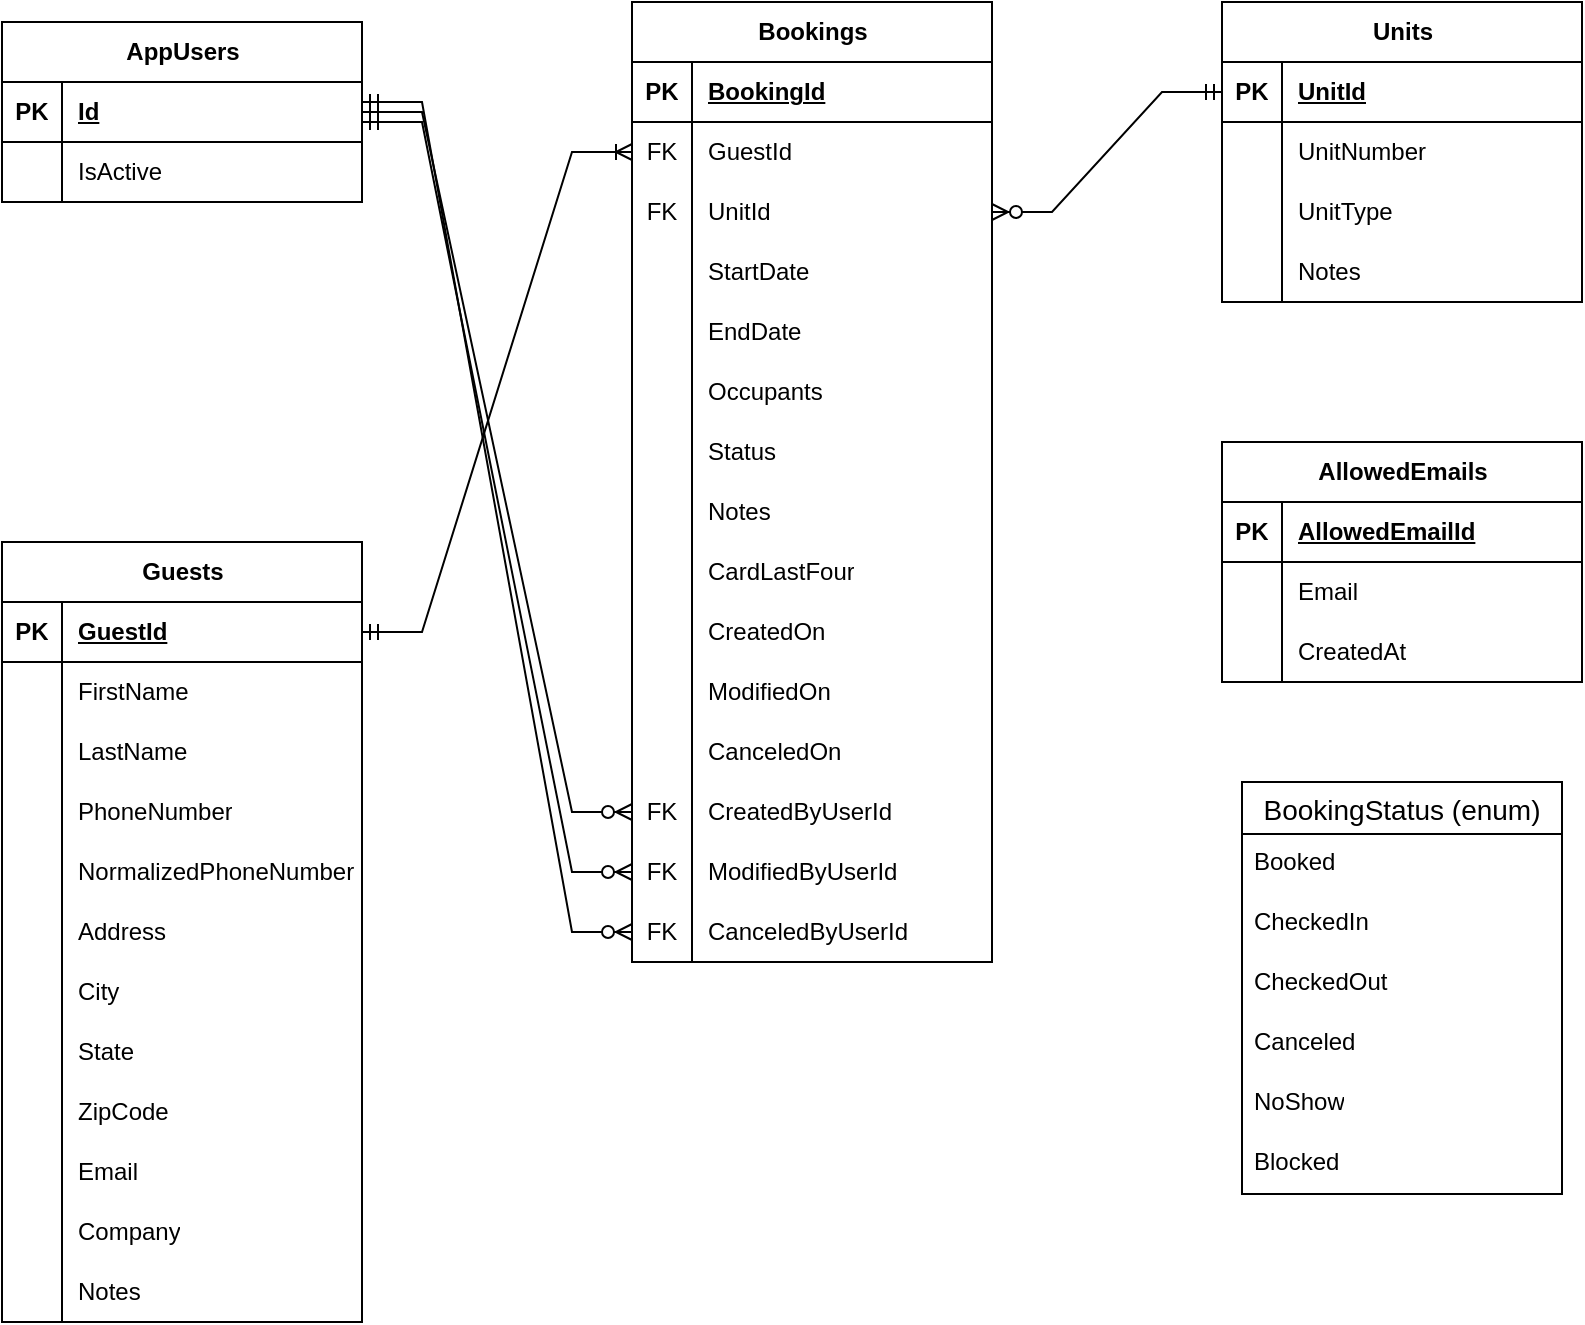
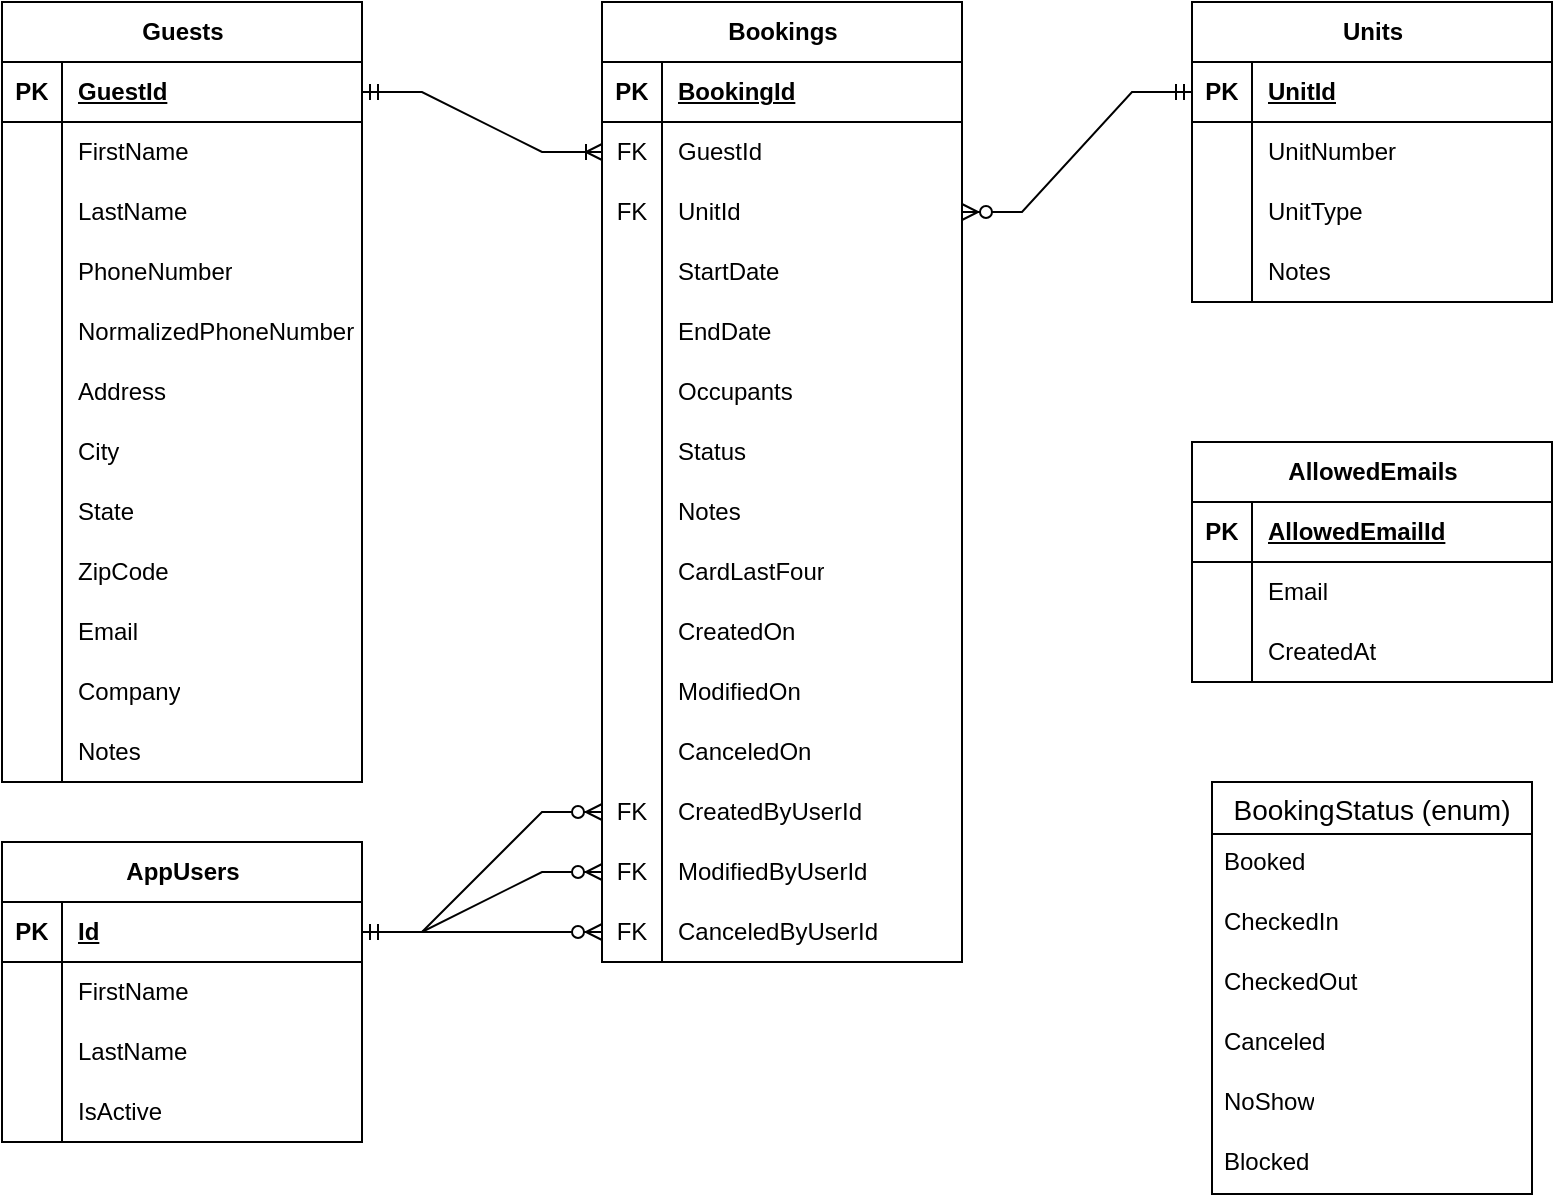
<mxfile host="app.diagrams.net">
  <diagram name="Page-1" id="SxFg3kwfc6ce7zEz6iWB">
    <mxGraphModel dx="1094" dy="1138" grid="1" gridSize="10" guides="1" tooltips="1" connect="1" arrows="1" fold="1" page="1" pageScale="1" pageWidth="850" pageHeight="1100" math="0" shadow="0">
      <root>
        <mxCell id="0" />
        <mxCell id="1" parent="0" />
        <mxCell id="PKzOOX5o3Go3YDuORP6i-1" parent="1" style="shape=table;startSize=30;container=1;collapsible=1;childLayout=tableLayout;fixedRows=1;rowLines=0;fontStyle=1;align=center;resizeLast=1;html=1;" value="AppUsers" vertex="1">
-           <mxGeometry height="90" width="180" x="25" y="290" as="geometry" />
+           <mxGeometry height="150" width="180" x="40" y="700" as="geometry" />
        </mxCell>
        <mxCell id="PKzOOX5o3Go3YDuORP6i-2" parent="PKzOOX5o3Go3YDuORP6i-1" style="shape=tableRow;horizontal=0;startSize=0;swimlaneHead=0;swimlaneBody=0;fillColor=none;collapsible=0;dropTarget=0;points=[[0,0.5],[1,0.5]];portConstraint=eastwest;top=0;left=0;right=0;bottom=1;" value="" vertex="1">
          <mxGeometry height="30" width="180" y="30" as="geometry" />
        </mxCell>
        <mxCell id="PKzOOX5o3Go3YDuORP6i-3" parent="PKzOOX5o3Go3YDuORP6i-2" style="shape=partialRectangle;connectable=0;fillColor=none;top=0;left=0;bottom=0;right=0;fontStyle=1;overflow=hidden;whiteSpace=wrap;html=1;" value="PK" vertex="1">
          <mxGeometry height="30" width="30" as="geometry">
            <mxRectangle height="30" width="30" as="alternateBounds" />
          </mxGeometry>
        </mxCell>
        <mxCell id="PKzOOX5o3Go3YDuORP6i-4" parent="PKzOOX5o3Go3YDuORP6i-2" style="shape=partialRectangle;connectable=0;fillColor=none;top=0;left=0;bottom=0;right=0;align=left;spacingLeft=6;fontStyle=5;overflow=hidden;whiteSpace=wrap;html=1;" value="Id" vertex="1">
          <mxGeometry height="30" width="150" x="30" as="geometry">
            <mxRectangle height="30" width="150" as="alternateBounds" />
          </mxGeometry>
        </mxCell>
+         <mxCell id="9pxr7I5EYvGDTyk6zZ4G-1" parent="PKzOOX5o3Go3YDuORP6i-1" style="shape=tableRow;horizontal=0;startSize=0;swimlaneHead=0;swimlaneBody=0;fillColor=none;collapsible=0;dropTarget=0;points=[[0,0.5],[1,0.5]];portConstraint=eastwest;top=0;left=0;right=0;bottom=0;" vertex="1">
+           <mxGeometry height="30" width="180" y="60" as="geometry" />
+         </mxCell>
+         <mxCell id="9pxr7I5EYvGDTyk6zZ4G-2" parent="9pxr7I5EYvGDTyk6zZ4G-1" style="shape=partialRectangle;connectable=0;fillColor=none;top=0;left=0;bottom=0;right=0;editable=1;overflow=hidden;whiteSpace=wrap;html=1;" vertex="1">
+           <mxGeometry height="30" width="30" as="geometry">
+             <mxRectangle height="30" width="30" as="alternateBounds" />
+           </mxGeometry>
+         </mxCell>
+         <mxCell id="9pxr7I5EYvGDTyk6zZ4G-3" parent="9pxr7I5EYvGDTyk6zZ4G-1" style="shape=partialRectangle;connectable=0;fillColor=none;top=0;left=0;bottom=0;right=0;align=left;spacingLeft=6;overflow=hidden;whiteSpace=wrap;html=1;" value="FirstName" vertex="1">
+           <mxGeometry height="30" width="150" x="30" as="geometry">
+             <mxRectangle height="30" width="150" as="alternateBounds" />
+           </mxGeometry>
+         </mxCell>
+         <mxCell id="9pxr7I5EYvGDTyk6zZ4G-4" parent="PKzOOX5o3Go3YDuORP6i-1" style="shape=tableRow;horizontal=0;startSize=0;swimlaneHead=0;swimlaneBody=0;fillColor=none;collapsible=0;dropTarget=0;points=[[0,0.5],[1,0.5]];portConstraint=eastwest;top=0;left=0;right=0;bottom=0;" vertex="1">
+           <mxGeometry height="30" width="180" y="90" as="geometry" />
+         </mxCell>
+         <mxCell id="9pxr7I5EYvGDTyk6zZ4G-5" parent="9pxr7I5EYvGDTyk6zZ4G-4" style="shape=partialRectangle;connectable=0;fillColor=none;top=0;left=0;bottom=0;right=0;editable=1;overflow=hidden;whiteSpace=wrap;html=1;" vertex="1">
+           <mxGeometry height="30" width="30" as="geometry">
+             <mxRectangle height="30" width="30" as="alternateBounds" />
+           </mxGeometry>
+         </mxCell>
+         <mxCell id="9pxr7I5EYvGDTyk6zZ4G-6" parent="9pxr7I5EYvGDTyk6zZ4G-4" style="shape=partialRectangle;connectable=0;fillColor=none;top=0;left=0;bottom=0;right=0;align=left;spacingLeft=6;overflow=hidden;whiteSpace=wrap;html=1;" value="LastName" vertex="1">
+           <mxGeometry height="30" width="150" x="30" as="geometry">
+             <mxRectangle height="30" width="150" as="alternateBounds" />
+           </mxGeometry>
+         </mxCell>
        <mxCell id="PKzOOX5o3Go3YDuORP6i-5" parent="PKzOOX5o3Go3YDuORP6i-1" style="shape=tableRow;horizontal=0;startSize=0;swimlaneHead=0;swimlaneBody=0;fillColor=none;collapsible=0;dropTarget=0;points=[[0,0.5],[1,0.5]];portConstraint=eastwest;top=0;left=0;right=0;bottom=0;" value="" vertex="1">
-           <mxGeometry height="30" width="180" y="60" as="geometry" />
+           <mxGeometry height="30" width="180" y="120" as="geometry" />
        </mxCell>
        <mxCell id="PKzOOX5o3Go3YDuORP6i-6" parent="PKzOOX5o3Go3YDuORP6i-5" style="shape=partialRectangle;connectable=0;fillColor=none;top=0;left=0;bottom=0;right=0;editable=1;overflow=hidden;whiteSpace=wrap;html=1;" value="" vertex="1">
          <mxGeometry height="30" width="30" as="geometry">
            <mxRectangle height="30" width="30" as="alternateBounds" />
          </mxGeometry>
        </mxCell>
        <mxCell id="PKzOOX5o3Go3YDuORP6i-7" parent="PKzOOX5o3Go3YDuORP6i-5" style="shape=partialRectangle;connectable=0;fillColor=none;top=0;left=0;bottom=0;right=0;align=left;spacingLeft=6;overflow=hidden;whiteSpace=wrap;html=1;" value="IsActive" vertex="1">
          <mxGeometry height="30" width="150" x="30" as="geometry">
            <mxRectangle height="30" width="150" as="alternateBounds" />
          </mxGeometry>
        </mxCell>
        <mxCell id="PKzOOX5o3Go3YDuORP6i-14" parent="1" style="shape=table;startSize=30;container=1;collapsible=1;childLayout=tableLayout;fixedRows=1;rowLines=0;fontStyle=1;align=center;resizeLast=1;html=1;" value="Bookings" vertex="1">
          <mxGeometry height="480" width="180" x="340" y="280" as="geometry" />
        </mxCell>
        <mxCell id="PKzOOX5o3Go3YDuORP6i-15" parent="PKzOOX5o3Go3YDuORP6i-14" style="shape=tableRow;horizontal=0;startSize=0;swimlaneHead=0;swimlaneBody=0;fillColor=none;collapsible=0;dropTarget=0;points=[[0,0.5],[1,0.5]];portConstraint=eastwest;top=0;left=0;right=0;bottom=1;" value="" vertex="1">
          <mxGeometry height="30" width="180" y="30" as="geometry" />
        </mxCell>
        <mxCell id="PKzOOX5o3Go3YDuORP6i-16" parent="PKzOOX5o3Go3YDuORP6i-15" style="shape=partialRectangle;connectable=0;fillColor=none;top=0;left=0;bottom=0;right=0;fontStyle=1;overflow=hidden;whiteSpace=wrap;html=1;" value="PK" vertex="1">
          <mxGeometry height="30" width="30" as="geometry">
            <mxRectangle height="30" width="30" as="alternateBounds" />
          </mxGeometry>
        </mxCell>
        <mxCell id="PKzOOX5o3Go3YDuORP6i-17" parent="PKzOOX5o3Go3YDuORP6i-15" style="shape=partialRectangle;connectable=0;fillColor=none;top=0;left=0;bottom=0;right=0;align=left;spacingLeft=6;fontStyle=5;overflow=hidden;whiteSpace=wrap;html=1;" value="&lt;div&gt;BookingId&lt;/div&gt;" vertex="1">
          <mxGeometry height="30" width="150" x="30" as="geometry">
            <mxRectangle height="30" width="150" as="alternateBounds" />
          </mxGeometry>
        </mxCell>
        <mxCell id="PKzOOX5o3Go3YDuORP6i-18" parent="PKzOOX5o3Go3YDuORP6i-14" style="shape=tableRow;horizontal=0;startSize=0;swimlaneHead=0;swimlaneBody=0;fillColor=none;collapsible=0;dropTarget=0;points=[[0,0.5],[1,0.5]];portConstraint=eastwest;top=0;left=0;right=0;bottom=0;" value="" vertex="1">
          <mxGeometry height="30" width="180" y="60" as="geometry" />
        </mxCell>
        <mxCell id="PKzOOX5o3Go3YDuORP6i-19" parent="PKzOOX5o3Go3YDuORP6i-18" style="shape=partialRectangle;connectable=0;fillColor=none;top=0;left=0;bottom=0;right=0;editable=1;overflow=hidden;whiteSpace=wrap;html=1;" value="FK" vertex="1">
          <mxGeometry height="30" width="30" as="geometry">
            <mxRectangle height="30" width="30" as="alternateBounds" />
          </mxGeometry>
        </mxCell>
        <mxCell id="PKzOOX5o3Go3YDuORP6i-20" parent="PKzOOX5o3Go3YDuORP6i-18" style="shape=partialRectangle;connectable=0;fillColor=none;top=0;left=0;bottom=0;right=0;align=left;spacingLeft=6;overflow=hidden;whiteSpace=wrap;html=1;" value="GuestId" vertex="1">
          <mxGeometry height="30" width="150" x="30" as="geometry">
            <mxRectangle height="30" width="150" as="alternateBounds" />
          </mxGeometry>
        </mxCell>
        <mxCell id="PKzOOX5o3Go3YDuORP6i-21" parent="PKzOOX5o3Go3YDuORP6i-14" style="shape=tableRow;horizontal=0;startSize=0;swimlaneHead=0;swimlaneBody=0;fillColor=none;collapsible=0;dropTarget=0;points=[[0,0.5],[1,0.5]];portConstraint=eastwest;top=0;left=0;right=0;bottom=0;" value="" vertex="1">
          <mxGeometry height="30" width="180" y="90" as="geometry" />
        </mxCell>
        <mxCell id="PKzOOX5o3Go3YDuORP6i-22" parent="PKzOOX5o3Go3YDuORP6i-21" style="shape=partialRectangle;connectable=0;fillColor=none;top=0;left=0;bottom=0;right=0;editable=1;overflow=hidden;whiteSpace=wrap;html=1;" value="FK" vertex="1">
          <mxGeometry height="30" width="30" as="geometry">
            <mxRectangle height="30" width="30" as="alternateBounds" />
          </mxGeometry>
        </mxCell>
        <mxCell id="PKzOOX5o3Go3YDuORP6i-23" parent="PKzOOX5o3Go3YDuORP6i-21" style="shape=partialRectangle;connectable=0;fillColor=none;top=0;left=0;bottom=0;right=0;align=left;spacingLeft=6;overflow=hidden;whiteSpace=wrap;html=1;" value="UnitId" vertex="1">
          <mxGeometry height="30" width="150" x="30" as="geometry">
            <mxRectangle height="30" width="150" as="alternateBounds" />
          </mxGeometry>
        </mxCell>
        <mxCell id="PKzOOX5o3Go3YDuORP6i-24" parent="PKzOOX5o3Go3YDuORP6i-14" style="shape=tableRow;horizontal=0;startSize=0;swimlaneHead=0;swimlaneBody=0;fillColor=none;collapsible=0;dropTarget=0;points=[[0,0.5],[1,0.5]];portConstraint=eastwest;top=0;left=0;right=0;bottom=0;" value="" vertex="1">
          <mxGeometry height="30" width="180" y="120" as="geometry" />
        </mxCell>
        <mxCell id="PKzOOX5o3Go3YDuORP6i-25" parent="PKzOOX5o3Go3YDuORP6i-24" style="shape=partialRectangle;connectable=0;fillColor=none;top=0;left=0;bottom=0;right=0;editable=1;overflow=hidden;whiteSpace=wrap;html=1;" value="" vertex="1">
          <mxGeometry height="30" width="30" as="geometry">
            <mxRectangle height="30" width="30" as="alternateBounds" />
          </mxGeometry>
        </mxCell>
        <mxCell id="PKzOOX5o3Go3YDuORP6i-26" parent="PKzOOX5o3Go3YDuORP6i-24" style="shape=partialRectangle;connectable=0;fillColor=none;top=0;left=0;bottom=0;right=0;align=left;spacingLeft=6;overflow=hidden;whiteSpace=wrap;html=1;" value="StartDate" vertex="1">
          <mxGeometry height="30" width="150" x="30" as="geometry">
            <mxRectangle height="30" width="150" as="alternateBounds" />
          </mxGeometry>
        </mxCell>
        <mxCell id="PKzOOX5o3Go3YDuORP6i-27" parent="PKzOOX5o3Go3YDuORP6i-14" style="shape=tableRow;horizontal=0;startSize=0;swimlaneHead=0;swimlaneBody=0;fillColor=none;collapsible=0;dropTarget=0;points=[[0,0.5],[1,0.5]];portConstraint=eastwest;top=0;left=0;right=0;bottom=0;" vertex="1">
          <mxGeometry height="30" width="180" y="150" as="geometry" />
        </mxCell>
        <mxCell id="PKzOOX5o3Go3YDuORP6i-28" parent="PKzOOX5o3Go3YDuORP6i-27" style="shape=partialRectangle;connectable=0;fillColor=none;top=0;left=0;bottom=0;right=0;editable=1;overflow=hidden;whiteSpace=wrap;html=1;" vertex="1">
          <mxGeometry height="30" width="30" as="geometry">
            <mxRectangle height="30" width="30" as="alternateBounds" />
          </mxGeometry>
        </mxCell>
        <mxCell id="PKzOOX5o3Go3YDuORP6i-29" parent="PKzOOX5o3Go3YDuORP6i-27" style="shape=partialRectangle;connectable=0;fillColor=none;top=0;left=0;bottom=0;right=0;align=left;spacingLeft=6;overflow=hidden;whiteSpace=wrap;html=1;" value="EndDate" vertex="1">
          <mxGeometry height="30" width="150" x="30" as="geometry">
            <mxRectangle height="30" width="150" as="alternateBounds" />
          </mxGeometry>
        </mxCell>
        <mxCell id="PKzOOX5o3Go3YDuORP6i-30" parent="PKzOOX5o3Go3YDuORP6i-14" style="shape=tableRow;horizontal=0;startSize=0;swimlaneHead=0;swimlaneBody=0;fillColor=none;collapsible=0;dropTarget=0;points=[[0,0.5],[1,0.5]];portConstraint=eastwest;top=0;left=0;right=0;bottom=0;" vertex="1">
          <mxGeometry height="30" width="180" y="180" as="geometry" />
        </mxCell>
        <mxCell id="PKzOOX5o3Go3YDuORP6i-31" parent="PKzOOX5o3Go3YDuORP6i-30" style="shape=partialRectangle;connectable=0;fillColor=none;top=0;left=0;bottom=0;right=0;editable=1;overflow=hidden;whiteSpace=wrap;html=1;" vertex="1">
          <mxGeometry height="30" width="30" as="geometry">
            <mxRectangle height="30" width="30" as="alternateBounds" />
          </mxGeometry>
        </mxCell>
        <mxCell id="PKzOOX5o3Go3YDuORP6i-32" parent="PKzOOX5o3Go3YDuORP6i-30" style="shape=partialRectangle;connectable=0;fillColor=none;top=0;left=0;bottom=0;right=0;align=left;spacingLeft=6;overflow=hidden;whiteSpace=wrap;html=1;" value="Occupants" vertex="1">
          <mxGeometry height="30" width="150" x="30" as="geometry">
            <mxRectangle height="30" width="150" as="alternateBounds" />
          </mxGeometry>
        </mxCell>
        <mxCell id="PKzOOX5o3Go3YDuORP6i-54" parent="PKzOOX5o3Go3YDuORP6i-14" style="shape=tableRow;horizontal=0;startSize=0;swimlaneHead=0;swimlaneBody=0;fillColor=none;collapsible=0;dropTarget=0;points=[[0,0.5],[1,0.5]];portConstraint=eastwest;top=0;left=0;right=0;bottom=0;" vertex="1">
          <mxGeometry height="30" width="180" y="210" as="geometry" />
        </mxCell>
        <mxCell id="PKzOOX5o3Go3YDuORP6i-55" parent="PKzOOX5o3Go3YDuORP6i-54" style="shape=partialRectangle;connectable=0;fillColor=none;top=0;left=0;bottom=0;right=0;editable=1;overflow=hidden;whiteSpace=wrap;html=1;" vertex="1">
          <mxGeometry height="30" width="30" as="geometry">
            <mxRectangle height="30" width="30" as="alternateBounds" />
          </mxGeometry>
        </mxCell>
        <mxCell id="PKzOOX5o3Go3YDuORP6i-56" parent="PKzOOX5o3Go3YDuORP6i-54" style="shape=partialRectangle;connectable=0;fillColor=none;top=0;left=0;bottom=0;right=0;align=left;spacingLeft=6;overflow=hidden;whiteSpace=wrap;html=1;" value="Status" vertex="1">
          <mxGeometry height="30" width="150" x="30" as="geometry">
            <mxRectangle height="30" width="150" as="alternateBounds" />
          </mxGeometry>
        </mxCell>
        <mxCell id="PKzOOX5o3Go3YDuORP6i-51" parent="PKzOOX5o3Go3YDuORP6i-14" style="shape=tableRow;horizontal=0;startSize=0;swimlaneHead=0;swimlaneBody=0;fillColor=none;collapsible=0;dropTarget=0;points=[[0,0.5],[1,0.5]];portConstraint=eastwest;top=0;left=0;right=0;bottom=0;" vertex="1">
          <mxGeometry height="30" width="180" y="240" as="geometry" />
        </mxCell>
        <mxCell id="PKzOOX5o3Go3YDuORP6i-52" parent="PKzOOX5o3Go3YDuORP6i-51" style="shape=partialRectangle;connectable=0;fillColor=none;top=0;left=0;bottom=0;right=0;editable=1;overflow=hidden;whiteSpace=wrap;html=1;" vertex="1">
          <mxGeometry height="30" width="30" as="geometry">
            <mxRectangle height="30" width="30" as="alternateBounds" />
          </mxGeometry>
        </mxCell>
        <mxCell id="PKzOOX5o3Go3YDuORP6i-53" parent="PKzOOX5o3Go3YDuORP6i-51" style="shape=partialRectangle;connectable=0;fillColor=none;top=0;left=0;bottom=0;right=0;align=left;spacingLeft=6;overflow=hidden;whiteSpace=wrap;html=1;" value="Notes" vertex="1">
          <mxGeometry height="30" width="150" x="30" as="geometry">
            <mxRectangle height="30" width="150" as="alternateBounds" />
          </mxGeometry>
        </mxCell>
        <mxCell id="PKzOOX5o3Go3YDuORP6i-139" parent="PKzOOX5o3Go3YDuORP6i-14" style="shape=tableRow;horizontal=0;startSize=0;swimlaneHead=0;swimlaneBody=0;fillColor=none;collapsible=0;dropTarget=0;points=[[0,0.5],[1,0.5]];portConstraint=eastwest;top=0;left=0;right=0;bottom=0;" vertex="1">
          <mxGeometry height="30" width="180" y="270" as="geometry" />
        </mxCell>
        <mxCell id="PKzOOX5o3Go3YDuORP6i-140" parent="PKzOOX5o3Go3YDuORP6i-139" style="shape=partialRectangle;connectable=0;fillColor=none;top=0;left=0;bottom=0;right=0;editable=1;overflow=hidden;whiteSpace=wrap;html=1;" vertex="1">
          <mxGeometry height="30" width="30" as="geometry">
            <mxRectangle height="30" width="30" as="alternateBounds" />
          </mxGeometry>
        </mxCell>
        <mxCell id="PKzOOX5o3Go3YDuORP6i-141" parent="PKzOOX5o3Go3YDuORP6i-139" style="shape=partialRectangle;connectable=0;fillColor=none;top=0;left=0;bottom=0;right=0;align=left;spacingLeft=6;overflow=hidden;whiteSpace=wrap;html=1;" value="CardLastFour" vertex="1">
          <mxGeometry height="30" width="150" x="30" as="geometry">
            <mxRectangle height="30" width="150" as="alternateBounds" />
          </mxGeometry>
        </mxCell>
        <mxCell id="PKzOOX5o3Go3YDuORP6i-48" parent="PKzOOX5o3Go3YDuORP6i-14" style="shape=tableRow;horizontal=0;startSize=0;swimlaneHead=0;swimlaneBody=0;fillColor=none;collapsible=0;dropTarget=0;points=[[0,0.5],[1,0.5]];portConstraint=eastwest;top=0;left=0;right=0;bottom=0;" vertex="1">
          <mxGeometry height="30" width="180" y="300" as="geometry" />
        </mxCell>
        <mxCell id="PKzOOX5o3Go3YDuORP6i-49" parent="PKzOOX5o3Go3YDuORP6i-48" style="shape=partialRectangle;connectable=0;fillColor=none;top=0;left=0;bottom=0;right=0;editable=1;overflow=hidden;whiteSpace=wrap;html=1;" vertex="1">
          <mxGeometry height="30" width="30" as="geometry">
            <mxRectangle height="30" width="30" as="alternateBounds" />
          </mxGeometry>
        </mxCell>
        <mxCell id="PKzOOX5o3Go3YDuORP6i-50" parent="PKzOOX5o3Go3YDuORP6i-48" style="shape=partialRectangle;connectable=0;fillColor=none;top=0;left=0;bottom=0;right=0;align=left;spacingLeft=6;overflow=hidden;whiteSpace=wrap;html=1;" value="CreatedOn" vertex="1">
          <mxGeometry height="30" width="150" x="30" as="geometry">
            <mxRectangle height="30" width="150" as="alternateBounds" />
          </mxGeometry>
        </mxCell>
        <mxCell id="PKzOOX5o3Go3YDuORP6i-45" parent="PKzOOX5o3Go3YDuORP6i-14" style="shape=tableRow;horizontal=0;startSize=0;swimlaneHead=0;swimlaneBody=0;fillColor=none;collapsible=0;dropTarget=0;points=[[0,0.5],[1,0.5]];portConstraint=eastwest;top=0;left=0;right=0;bottom=0;" vertex="1">
          <mxGeometry height="30" width="180" y="330" as="geometry" />
        </mxCell>
        <mxCell id="PKzOOX5o3Go3YDuORP6i-46" parent="PKzOOX5o3Go3YDuORP6i-45" style="shape=partialRectangle;connectable=0;fillColor=none;top=0;left=0;bottom=0;right=0;editable=1;overflow=hidden;whiteSpace=wrap;html=1;" vertex="1">
          <mxGeometry height="30" width="30" as="geometry">
            <mxRectangle height="30" width="30" as="alternateBounds" />
          </mxGeometry>
        </mxCell>
        <mxCell id="PKzOOX5o3Go3YDuORP6i-47" parent="PKzOOX5o3Go3YDuORP6i-45" style="shape=partialRectangle;connectable=0;fillColor=none;top=0;left=0;bottom=0;right=0;align=left;spacingLeft=6;overflow=hidden;whiteSpace=wrap;html=1;" value="ModifiedOn" vertex="1">
          <mxGeometry height="30" width="150" x="30" as="geometry">
            <mxRectangle height="30" width="150" as="alternateBounds" />
          </mxGeometry>
        </mxCell>
        <mxCell id="PKzOOX5o3Go3YDuORP6i-42" parent="PKzOOX5o3Go3YDuORP6i-14" style="shape=tableRow;horizontal=0;startSize=0;swimlaneHead=0;swimlaneBody=0;fillColor=none;collapsible=0;dropTarget=0;points=[[0,0.5],[1,0.5]];portConstraint=eastwest;top=0;left=0;right=0;bottom=0;" vertex="1">
          <mxGeometry height="30" width="180" y="360" as="geometry" />
        </mxCell>
        <mxCell id="PKzOOX5o3Go3YDuORP6i-43" parent="PKzOOX5o3Go3YDuORP6i-42" style="shape=partialRectangle;connectable=0;fillColor=none;top=0;left=0;bottom=0;right=0;editable=1;overflow=hidden;whiteSpace=wrap;html=1;" vertex="1">
          <mxGeometry height="30" width="30" as="geometry">
            <mxRectangle height="30" width="30" as="alternateBounds" />
          </mxGeometry>
        </mxCell>
        <mxCell id="PKzOOX5o3Go3YDuORP6i-44" parent="PKzOOX5o3Go3YDuORP6i-42" style="shape=partialRectangle;connectable=0;fillColor=none;top=0;left=0;bottom=0;right=0;align=left;spacingLeft=6;overflow=hidden;whiteSpace=wrap;html=1;" value="CanceledOn" vertex="1">
          <mxGeometry height="30" width="150" x="30" as="geometry">
            <mxRectangle height="30" width="150" as="alternateBounds" />
          </mxGeometry>
        </mxCell>
        <mxCell id="PKzOOX5o3Go3YDuORP6i-39" parent="PKzOOX5o3Go3YDuORP6i-14" style="shape=tableRow;horizontal=0;startSize=0;swimlaneHead=0;swimlaneBody=0;fillColor=none;collapsible=0;dropTarget=0;points=[[0,0.5],[1,0.5]];portConstraint=eastwest;top=0;left=0;right=0;bottom=0;" vertex="1">
          <mxGeometry height="30" width="180" y="390" as="geometry" />
        </mxCell>
        <mxCell id="PKzOOX5o3Go3YDuORP6i-40" parent="PKzOOX5o3Go3YDuORP6i-39" style="shape=partialRectangle;connectable=0;fillColor=none;top=0;left=0;bottom=0;right=0;editable=1;overflow=hidden;whiteSpace=wrap;html=1;" value="FK" vertex="1">
          <mxGeometry height="30" width="30" as="geometry">
            <mxRectangle height="30" width="30" as="alternateBounds" />
          </mxGeometry>
        </mxCell>
        <mxCell id="PKzOOX5o3Go3YDuORP6i-41" parent="PKzOOX5o3Go3YDuORP6i-39" style="shape=partialRectangle;connectable=0;fillColor=none;top=0;left=0;bottom=0;right=0;align=left;spacingLeft=6;overflow=hidden;whiteSpace=wrap;html=1;" value="CreatedByUserId" vertex="1">
          <mxGeometry height="30" width="150" x="30" as="geometry">
            <mxRectangle height="30" width="150" as="alternateBounds" />
          </mxGeometry>
        </mxCell>
        <mxCell id="PKzOOX5o3Go3YDuORP6i-36" parent="PKzOOX5o3Go3YDuORP6i-14" style="shape=tableRow;horizontal=0;startSize=0;swimlaneHead=0;swimlaneBody=0;fillColor=none;collapsible=0;dropTarget=0;points=[[0,0.5],[1,0.5]];portConstraint=eastwest;top=0;left=0;right=0;bottom=0;" vertex="1">
          <mxGeometry height="30" width="180" y="420" as="geometry" />
        </mxCell>
        <mxCell id="PKzOOX5o3Go3YDuORP6i-37" parent="PKzOOX5o3Go3YDuORP6i-36" style="shape=partialRectangle;connectable=0;fillColor=none;top=0;left=0;bottom=0;right=0;editable=1;overflow=hidden;whiteSpace=wrap;html=1;" value="FK" vertex="1">
          <mxGeometry height="30" width="30" as="geometry">
            <mxRectangle height="30" width="30" as="alternateBounds" />
          </mxGeometry>
        </mxCell>
        <mxCell id="PKzOOX5o3Go3YDuORP6i-38" parent="PKzOOX5o3Go3YDuORP6i-36" style="shape=partialRectangle;connectable=0;fillColor=none;top=0;left=0;bottom=0;right=0;align=left;spacingLeft=6;overflow=hidden;whiteSpace=wrap;html=1;" value="ModifiedByUserId" vertex="1">
          <mxGeometry height="30" width="150" x="30" as="geometry">
            <mxRectangle height="30" width="150" as="alternateBounds" />
          </mxGeometry>
        </mxCell>
        <mxCell id="PKzOOX5o3Go3YDuORP6i-33" parent="PKzOOX5o3Go3YDuORP6i-14" style="shape=tableRow;horizontal=0;startSize=0;swimlaneHead=0;swimlaneBody=0;fillColor=none;collapsible=0;dropTarget=0;points=[[0,0.5],[1,0.5]];portConstraint=eastwest;top=0;left=0;right=0;bottom=0;" vertex="1">
          <mxGeometry height="30" width="180" y="450" as="geometry" />
        </mxCell>
        <mxCell id="PKzOOX5o3Go3YDuORP6i-34" parent="PKzOOX5o3Go3YDuORP6i-33" style="shape=partialRectangle;connectable=0;fillColor=none;top=0;left=0;bottom=0;right=0;editable=1;overflow=hidden;whiteSpace=wrap;html=1;" value="FK" vertex="1">
          <mxGeometry height="30" width="30" as="geometry">
            <mxRectangle height="30" width="30" as="alternateBounds" />
          </mxGeometry>
        </mxCell>
        <mxCell id="PKzOOX5o3Go3YDuORP6i-35" parent="PKzOOX5o3Go3YDuORP6i-33" style="shape=partialRectangle;connectable=0;fillColor=none;top=0;left=0;bottom=0;right=0;align=left;spacingLeft=6;overflow=hidden;whiteSpace=wrap;html=1;" value="CanceledByUserId" vertex="1">
          <mxGeometry height="30" width="150" x="30" as="geometry">
            <mxRectangle height="30" width="150" as="alternateBounds" />
          </mxGeometry>
        </mxCell>
        <mxCell id="PKzOOX5o3Go3YDuORP6i-57" parent="1" style="shape=table;startSize=30;container=1;collapsible=1;childLayout=tableLayout;fixedRows=1;rowLines=0;fontStyle=1;align=center;resizeLast=1;html=1;" value="Guests" vertex="1">
-           <mxGeometry height="390" width="180" x="25" y="550" as="geometry" />
+           <mxGeometry height="390" width="180" x="40" y="280" as="geometry" />
        </mxCell>
        <mxCell id="PKzOOX5o3Go3YDuORP6i-58" parent="PKzOOX5o3Go3YDuORP6i-57" style="shape=tableRow;horizontal=0;startSize=0;swimlaneHead=0;swimlaneBody=0;fillColor=none;collapsible=0;dropTarget=0;points=[[0,0.5],[1,0.5]];portConstraint=eastwest;top=0;left=0;right=0;bottom=1;" value="" vertex="1">
          <mxGeometry height="30" width="180" y="30" as="geometry" />
        </mxCell>
        <mxCell id="PKzOOX5o3Go3YDuORP6i-59" parent="PKzOOX5o3Go3YDuORP6i-58" style="shape=partialRectangle;connectable=0;fillColor=none;top=0;left=0;bottom=0;right=0;fontStyle=1;overflow=hidden;whiteSpace=wrap;html=1;" value="PK" vertex="1">
          <mxGeometry height="30" width="30" as="geometry">
            <mxRectangle height="30" width="30" as="alternateBounds" />
          </mxGeometry>
        </mxCell>
        <mxCell id="PKzOOX5o3Go3YDuORP6i-60" parent="PKzOOX5o3Go3YDuORP6i-58" style="shape=partialRectangle;connectable=0;fillColor=none;top=0;left=0;bottom=0;right=0;align=left;spacingLeft=6;fontStyle=5;overflow=hidden;whiteSpace=wrap;html=1;" value="GuestId" vertex="1">
          <mxGeometry height="30" width="150" x="30" as="geometry">
            <mxRectangle height="30" width="150" as="alternateBounds" />
          </mxGeometry>
        </mxCell>
        <mxCell id="PKzOOX5o3Go3YDuORP6i-61" parent="PKzOOX5o3Go3YDuORP6i-57" style="shape=tableRow;horizontal=0;startSize=0;swimlaneHead=0;swimlaneBody=0;fillColor=none;collapsible=0;dropTarget=0;points=[[0,0.5],[1,0.5]];portConstraint=eastwest;top=0;left=0;right=0;bottom=0;" value="" vertex="1">
          <mxGeometry height="30" width="180" y="60" as="geometry" />
        </mxCell>
        <mxCell id="PKzOOX5o3Go3YDuORP6i-62" parent="PKzOOX5o3Go3YDuORP6i-61" style="shape=partialRectangle;connectable=0;fillColor=none;top=0;left=0;bottom=0;right=0;editable=1;overflow=hidden;whiteSpace=wrap;html=1;" value="" vertex="1">
          <mxGeometry height="30" width="30" as="geometry">
            <mxRectangle height="30" width="30" as="alternateBounds" />
          </mxGeometry>
        </mxCell>
        <mxCell id="PKzOOX5o3Go3YDuORP6i-63" parent="PKzOOX5o3Go3YDuORP6i-61" style="shape=partialRectangle;connectable=0;fillColor=none;top=0;left=0;bottom=0;right=0;align=left;spacingLeft=6;overflow=hidden;whiteSpace=wrap;html=1;" value="FirstName" vertex="1">
          <mxGeometry height="30" width="150" x="30" as="geometry">
            <mxRectangle height="30" width="150" as="alternateBounds" />
          </mxGeometry>
        </mxCell>
        <mxCell id="PKzOOX5o3Go3YDuORP6i-64" parent="PKzOOX5o3Go3YDuORP6i-57" style="shape=tableRow;horizontal=0;startSize=0;swimlaneHead=0;swimlaneBody=0;fillColor=none;collapsible=0;dropTarget=0;points=[[0,0.5],[1,0.5]];portConstraint=eastwest;top=0;left=0;right=0;bottom=0;" value="" vertex="1">
          <mxGeometry height="30" width="180" y="90" as="geometry" />
        </mxCell>
        <mxCell id="PKzOOX5o3Go3YDuORP6i-65" parent="PKzOOX5o3Go3YDuORP6i-64" style="shape=partialRectangle;connectable=0;fillColor=none;top=0;left=0;bottom=0;right=0;editable=1;overflow=hidden;whiteSpace=wrap;html=1;" value="" vertex="1">
          <mxGeometry height="30" width="30" as="geometry">
            <mxRectangle height="30" width="30" as="alternateBounds" />
          </mxGeometry>
        </mxCell>
        <mxCell id="PKzOOX5o3Go3YDuORP6i-66" parent="PKzOOX5o3Go3YDuORP6i-64" style="shape=partialRectangle;connectable=0;fillColor=none;top=0;left=0;bottom=0;right=0;align=left;spacingLeft=6;overflow=hidden;whiteSpace=wrap;html=1;" value="LastName" vertex="1">
          <mxGeometry height="30" width="150" x="30" as="geometry">
            <mxRectangle height="30" width="150" as="alternateBounds" />
          </mxGeometry>
        </mxCell>
        <mxCell id="PKzOOX5o3Go3YDuORP6i-67" parent="PKzOOX5o3Go3YDuORP6i-57" style="shape=tableRow;horizontal=0;startSize=0;swimlaneHead=0;swimlaneBody=0;fillColor=none;collapsible=0;dropTarget=0;points=[[0,0.5],[1,0.5]];portConstraint=eastwest;top=0;left=0;right=0;bottom=0;" value="" vertex="1">
          <mxGeometry height="30" width="180" y="120" as="geometry" />
        </mxCell>
        <mxCell id="PKzOOX5o3Go3YDuORP6i-68" parent="PKzOOX5o3Go3YDuORP6i-67" style="shape=partialRectangle;connectable=0;fillColor=none;top=0;left=0;bottom=0;right=0;editable=1;overflow=hidden;whiteSpace=wrap;html=1;" value="" vertex="1">
          <mxGeometry height="30" width="30" as="geometry">
            <mxRectangle height="30" width="30" as="alternateBounds" />
          </mxGeometry>
        </mxCell>
        <mxCell id="PKzOOX5o3Go3YDuORP6i-69" parent="PKzOOX5o3Go3YDuORP6i-67" style="shape=partialRectangle;connectable=0;fillColor=none;top=0;left=0;bottom=0;right=0;align=left;spacingLeft=6;overflow=hidden;whiteSpace=wrap;html=1;" value="PhoneNumber" vertex="1">
          <mxGeometry height="30" width="150" x="30" as="geometry">
            <mxRectangle height="30" width="150" as="alternateBounds" />
          </mxGeometry>
        </mxCell>
        <mxCell id="PKzOOX5o3Go3YDuORP6i-136" parent="PKzOOX5o3Go3YDuORP6i-57" style="shape=tableRow;horizontal=0;startSize=0;swimlaneHead=0;swimlaneBody=0;fillColor=none;collapsible=0;dropTarget=0;points=[[0,0.5],[1,0.5]];portConstraint=eastwest;top=0;left=0;right=0;bottom=0;" vertex="1">
          <mxGeometry height="30" width="180" y="150" as="geometry" />
        </mxCell>
        <mxCell id="PKzOOX5o3Go3YDuORP6i-137" parent="PKzOOX5o3Go3YDuORP6i-136" style="shape=partialRectangle;connectable=0;fillColor=none;top=0;left=0;bottom=0;right=0;editable=1;overflow=hidden;whiteSpace=wrap;html=1;" vertex="1">
          <mxGeometry height="30" width="30" as="geometry">
            <mxRectangle height="30" width="30" as="alternateBounds" />
          </mxGeometry>
        </mxCell>
        <mxCell id="PKzOOX5o3Go3YDuORP6i-138" parent="PKzOOX5o3Go3YDuORP6i-136" style="shape=partialRectangle;connectable=0;fillColor=none;top=0;left=0;bottom=0;right=0;align=left;spacingLeft=6;overflow=hidden;whiteSpace=wrap;html=1;" value="NormalizedPhoneNumber" vertex="1">
          <mxGeometry height="30" width="150" x="30" as="geometry">
            <mxRectangle height="30" width="150" as="alternateBounds" />
          </mxGeometry>
        </mxCell>
        <mxCell id="PKzOOX5o3Go3YDuORP6i-88" parent="PKzOOX5o3Go3YDuORP6i-57" style="shape=tableRow;horizontal=0;startSize=0;swimlaneHead=0;swimlaneBody=0;fillColor=none;collapsible=0;dropTarget=0;points=[[0,0.5],[1,0.5]];portConstraint=eastwest;top=0;left=0;right=0;bottom=0;" vertex="1">
          <mxGeometry height="30" width="180" y="180" as="geometry" />
        </mxCell>
        <mxCell id="PKzOOX5o3Go3YDuORP6i-89" parent="PKzOOX5o3Go3YDuORP6i-88" style="shape=partialRectangle;connectable=0;fillColor=none;top=0;left=0;bottom=0;right=0;editable=1;overflow=hidden;whiteSpace=wrap;html=1;" vertex="1">
          <mxGeometry height="30" width="30" as="geometry">
            <mxRectangle height="30" width="30" as="alternateBounds" />
          </mxGeometry>
        </mxCell>
        <mxCell id="PKzOOX5o3Go3YDuORP6i-90" parent="PKzOOX5o3Go3YDuORP6i-88" style="shape=partialRectangle;connectable=0;fillColor=none;top=0;left=0;bottom=0;right=0;align=left;spacingLeft=6;overflow=hidden;whiteSpace=wrap;html=1;" value="Address" vertex="1">
          <mxGeometry height="30" width="150" x="30" as="geometry">
            <mxRectangle height="30" width="150" as="alternateBounds" />
          </mxGeometry>
        </mxCell>
        <mxCell id="PKzOOX5o3Go3YDuORP6i-85" parent="PKzOOX5o3Go3YDuORP6i-57" style="shape=tableRow;horizontal=0;startSize=0;swimlaneHead=0;swimlaneBody=0;fillColor=none;collapsible=0;dropTarget=0;points=[[0,0.5],[1,0.5]];portConstraint=eastwest;top=0;left=0;right=0;bottom=0;" vertex="1">
          <mxGeometry height="30" width="180" y="210" as="geometry" />
        </mxCell>
        <mxCell id="PKzOOX5o3Go3YDuORP6i-86" parent="PKzOOX5o3Go3YDuORP6i-85" style="shape=partialRectangle;connectable=0;fillColor=none;top=0;left=0;bottom=0;right=0;editable=1;overflow=hidden;whiteSpace=wrap;html=1;" value="" vertex="1">
          <mxGeometry height="30" width="30" as="geometry">
            <mxRectangle height="30" width="30" as="alternateBounds" />
          </mxGeometry>
        </mxCell>
        <mxCell id="PKzOOX5o3Go3YDuORP6i-87" parent="PKzOOX5o3Go3YDuORP6i-85" style="shape=partialRectangle;connectable=0;fillColor=none;top=0;left=0;bottom=0;right=0;align=left;spacingLeft=6;overflow=hidden;whiteSpace=wrap;html=1;" value="City" vertex="1">
          <mxGeometry height="30" width="150" x="30" as="geometry">
            <mxRectangle height="30" width="150" as="alternateBounds" />
          </mxGeometry>
        </mxCell>
        <mxCell id="PKzOOX5o3Go3YDuORP6i-82" parent="PKzOOX5o3Go3YDuORP6i-57" style="shape=tableRow;horizontal=0;startSize=0;swimlaneHead=0;swimlaneBody=0;fillColor=none;collapsible=0;dropTarget=0;points=[[0,0.5],[1,0.5]];portConstraint=eastwest;top=0;left=0;right=0;bottom=0;" vertex="1">
          <mxGeometry height="30" width="180" y="240" as="geometry" />
        </mxCell>
        <mxCell id="PKzOOX5o3Go3YDuORP6i-83" parent="PKzOOX5o3Go3YDuORP6i-82" style="shape=partialRectangle;connectable=0;fillColor=none;top=0;left=0;bottom=0;right=0;editable=1;overflow=hidden;whiteSpace=wrap;html=1;" vertex="1">
          <mxGeometry height="30" width="30" as="geometry">
            <mxRectangle height="30" width="30" as="alternateBounds" />
          </mxGeometry>
        </mxCell>
        <mxCell id="PKzOOX5o3Go3YDuORP6i-84" parent="PKzOOX5o3Go3YDuORP6i-82" style="shape=partialRectangle;connectable=0;fillColor=none;top=0;left=0;bottom=0;right=0;align=left;spacingLeft=6;overflow=hidden;whiteSpace=wrap;html=1;" value="State" vertex="1">
          <mxGeometry height="30" width="150" x="30" as="geometry">
            <mxRectangle height="30" width="150" as="alternateBounds" />
          </mxGeometry>
        </mxCell>
        <mxCell id="PKzOOX5o3Go3YDuORP6i-79" parent="PKzOOX5o3Go3YDuORP6i-57" style="shape=tableRow;horizontal=0;startSize=0;swimlaneHead=0;swimlaneBody=0;fillColor=none;collapsible=0;dropTarget=0;points=[[0,0.5],[1,0.5]];portConstraint=eastwest;top=0;left=0;right=0;bottom=0;" vertex="1">
          <mxGeometry height="30" width="180" y="270" as="geometry" />
        </mxCell>
        <mxCell id="PKzOOX5o3Go3YDuORP6i-80" parent="PKzOOX5o3Go3YDuORP6i-79" style="shape=partialRectangle;connectable=0;fillColor=none;top=0;left=0;bottom=0;right=0;editable=1;overflow=hidden;whiteSpace=wrap;html=1;" vertex="1">
          <mxGeometry height="30" width="30" as="geometry">
            <mxRectangle height="30" width="30" as="alternateBounds" />
          </mxGeometry>
        </mxCell>
        <mxCell id="PKzOOX5o3Go3YDuORP6i-81" parent="PKzOOX5o3Go3YDuORP6i-79" style="shape=partialRectangle;connectable=0;fillColor=none;top=0;left=0;bottom=0;right=0;align=left;spacingLeft=6;overflow=hidden;whiteSpace=wrap;html=1;" value="ZipCode" vertex="1">
          <mxGeometry height="30" width="150" x="30" as="geometry">
            <mxRectangle height="30" width="150" as="alternateBounds" />
          </mxGeometry>
        </mxCell>
        <mxCell id="PKzOOX5o3Go3YDuORP6i-76" parent="PKzOOX5o3Go3YDuORP6i-57" style="shape=tableRow;horizontal=0;startSize=0;swimlaneHead=0;swimlaneBody=0;fillColor=none;collapsible=0;dropTarget=0;points=[[0,0.5],[1,0.5]];portConstraint=eastwest;top=0;left=0;right=0;bottom=0;" vertex="1">
          <mxGeometry height="30" width="180" y="300" as="geometry" />
        </mxCell>
        <mxCell id="PKzOOX5o3Go3YDuORP6i-77" parent="PKzOOX5o3Go3YDuORP6i-76" style="shape=partialRectangle;connectable=0;fillColor=none;top=0;left=0;bottom=0;right=0;editable=1;overflow=hidden;whiteSpace=wrap;html=1;" vertex="1">
          <mxGeometry height="30" width="30" as="geometry">
            <mxRectangle height="30" width="30" as="alternateBounds" />
          </mxGeometry>
        </mxCell>
        <mxCell id="PKzOOX5o3Go3YDuORP6i-78" parent="PKzOOX5o3Go3YDuORP6i-76" style="shape=partialRectangle;connectable=0;fillColor=none;top=0;left=0;bottom=0;right=0;align=left;spacingLeft=6;overflow=hidden;whiteSpace=wrap;html=1;" value="Email" vertex="1">
          <mxGeometry height="30" width="150" x="30" as="geometry">
            <mxRectangle height="30" width="150" as="alternateBounds" />
          </mxGeometry>
        </mxCell>
        <mxCell id="PKzOOX5o3Go3YDuORP6i-73" parent="PKzOOX5o3Go3YDuORP6i-57" style="shape=tableRow;horizontal=0;startSize=0;swimlaneHead=0;swimlaneBody=0;fillColor=none;collapsible=0;dropTarget=0;points=[[0,0.5],[1,0.5]];portConstraint=eastwest;top=0;left=0;right=0;bottom=0;" vertex="1">
          <mxGeometry height="30" width="180" y="330" as="geometry" />
        </mxCell>
        <mxCell id="PKzOOX5o3Go3YDuORP6i-74" parent="PKzOOX5o3Go3YDuORP6i-73" style="shape=partialRectangle;connectable=0;fillColor=none;top=0;left=0;bottom=0;right=0;editable=1;overflow=hidden;whiteSpace=wrap;html=1;" vertex="1">
          <mxGeometry height="30" width="30" as="geometry">
            <mxRectangle height="30" width="30" as="alternateBounds" />
          </mxGeometry>
        </mxCell>
        <mxCell id="PKzOOX5o3Go3YDuORP6i-75" parent="PKzOOX5o3Go3YDuORP6i-73" style="shape=partialRectangle;connectable=0;fillColor=none;top=0;left=0;bottom=0;right=0;align=left;spacingLeft=6;overflow=hidden;whiteSpace=wrap;html=1;" value="Company" vertex="1">
          <mxGeometry height="30" width="150" x="30" as="geometry">
            <mxRectangle height="30" width="150" as="alternateBounds" />
          </mxGeometry>
        </mxCell>
        <mxCell id="PKzOOX5o3Go3YDuORP6i-70" parent="PKzOOX5o3Go3YDuORP6i-57" style="shape=tableRow;horizontal=0;startSize=0;swimlaneHead=0;swimlaneBody=0;fillColor=none;collapsible=0;dropTarget=0;points=[[0,0.5],[1,0.5]];portConstraint=eastwest;top=0;left=0;right=0;bottom=0;" vertex="1">
          <mxGeometry height="30" width="180" y="360" as="geometry" />
        </mxCell>
        <mxCell id="PKzOOX5o3Go3YDuORP6i-71" parent="PKzOOX5o3Go3YDuORP6i-70" style="shape=partialRectangle;connectable=0;fillColor=none;top=0;left=0;bottom=0;right=0;editable=1;overflow=hidden;whiteSpace=wrap;html=1;" vertex="1">
          <mxGeometry height="30" width="30" as="geometry">
            <mxRectangle height="30" width="30" as="alternateBounds" />
          </mxGeometry>
        </mxCell>
        <mxCell id="PKzOOX5o3Go3YDuORP6i-72" parent="PKzOOX5o3Go3YDuORP6i-70" style="shape=partialRectangle;connectable=0;fillColor=none;top=0;left=0;bottom=0;right=0;align=left;spacingLeft=6;overflow=hidden;whiteSpace=wrap;html=1;" value="Notes" vertex="1">
          <mxGeometry height="30" width="150" x="30" as="geometry">
            <mxRectangle height="30" width="150" as="alternateBounds" />
          </mxGeometry>
        </mxCell>
        <mxCell id="PKzOOX5o3Go3YDuORP6i-91" parent="1" style="shape=table;startSize=30;container=1;collapsible=1;childLayout=tableLayout;fixedRows=1;rowLines=0;fontStyle=1;align=center;resizeLast=1;html=1;" value="Units" vertex="1">
          <mxGeometry height="150" width="180" x="635" y="280" as="geometry" />
        </mxCell>
        <mxCell id="PKzOOX5o3Go3YDuORP6i-92" parent="PKzOOX5o3Go3YDuORP6i-91" style="shape=tableRow;horizontal=0;startSize=0;swimlaneHead=0;swimlaneBody=0;fillColor=none;collapsible=0;dropTarget=0;points=[[0,0.5],[1,0.5]];portConstraint=eastwest;top=0;left=0;right=0;bottom=1;" value="" vertex="1">
          <mxGeometry height="30" width="180" y="30" as="geometry" />
        </mxCell>
        <mxCell id="PKzOOX5o3Go3YDuORP6i-93" parent="PKzOOX5o3Go3YDuORP6i-92" style="shape=partialRectangle;connectable=0;fillColor=none;top=0;left=0;bottom=0;right=0;fontStyle=1;overflow=hidden;whiteSpace=wrap;html=1;" value="PK" vertex="1">
          <mxGeometry height="30" width="30" as="geometry">
            <mxRectangle height="30" width="30" as="alternateBounds" />
          </mxGeometry>
        </mxCell>
        <mxCell id="PKzOOX5o3Go3YDuORP6i-94" parent="PKzOOX5o3Go3YDuORP6i-92" style="shape=partialRectangle;connectable=0;fillColor=none;top=0;left=0;bottom=0;right=0;align=left;spacingLeft=6;fontStyle=5;overflow=hidden;whiteSpace=wrap;html=1;" value="UnitId" vertex="1">
          <mxGeometry height="30" width="150" x="30" as="geometry">
            <mxRectangle height="30" width="150" as="alternateBounds" />
          </mxGeometry>
        </mxCell>
        <mxCell id="PKzOOX5o3Go3YDuORP6i-95" parent="PKzOOX5o3Go3YDuORP6i-91" style="shape=tableRow;horizontal=0;startSize=0;swimlaneHead=0;swimlaneBody=0;fillColor=none;collapsible=0;dropTarget=0;points=[[0,0.5],[1,0.5]];portConstraint=eastwest;top=0;left=0;right=0;bottom=0;" value="" vertex="1">
          <mxGeometry height="30" width="180" y="60" as="geometry" />
        </mxCell>
        <mxCell id="PKzOOX5o3Go3YDuORP6i-96" parent="PKzOOX5o3Go3YDuORP6i-95" style="shape=partialRectangle;connectable=0;fillColor=none;top=0;left=0;bottom=0;right=0;editable=1;overflow=hidden;whiteSpace=wrap;html=1;" value="" vertex="1">
          <mxGeometry height="30" width="30" as="geometry">
            <mxRectangle height="30" width="30" as="alternateBounds" />
          </mxGeometry>
        </mxCell>
        <mxCell id="PKzOOX5o3Go3YDuORP6i-97" parent="PKzOOX5o3Go3YDuORP6i-95" style="shape=partialRectangle;connectable=0;fillColor=none;top=0;left=0;bottom=0;right=0;align=left;spacingLeft=6;overflow=hidden;whiteSpace=wrap;html=1;" value="UnitNumber" vertex="1">
          <mxGeometry height="30" width="150" x="30" as="geometry">
            <mxRectangle height="30" width="150" as="alternateBounds" />
          </mxGeometry>
        </mxCell>
        <mxCell id="PKzOOX5o3Go3YDuORP6i-98" parent="PKzOOX5o3Go3YDuORP6i-91" style="shape=tableRow;horizontal=0;startSize=0;swimlaneHead=0;swimlaneBody=0;fillColor=none;collapsible=0;dropTarget=0;points=[[0,0.5],[1,0.5]];portConstraint=eastwest;top=0;left=0;right=0;bottom=0;" value="" vertex="1">
          <mxGeometry height="30" width="180" y="90" as="geometry" />
        </mxCell>
        <mxCell id="PKzOOX5o3Go3YDuORP6i-99" parent="PKzOOX5o3Go3YDuORP6i-98" style="shape=partialRectangle;connectable=0;fillColor=none;top=0;left=0;bottom=0;right=0;editable=1;overflow=hidden;whiteSpace=wrap;html=1;" value="" vertex="1">
          <mxGeometry height="30" width="30" as="geometry">
            <mxRectangle height="30" width="30" as="alternateBounds" />
          </mxGeometry>
        </mxCell>
        <mxCell id="PKzOOX5o3Go3YDuORP6i-100" parent="PKzOOX5o3Go3YDuORP6i-98" style="shape=partialRectangle;connectable=0;fillColor=none;top=0;left=0;bottom=0;right=0;align=left;spacingLeft=6;overflow=hidden;whiteSpace=wrap;html=1;" value="UnitType" vertex="1">
          <mxGeometry height="30" width="150" x="30" as="geometry">
            <mxRectangle height="30" width="150" as="alternateBounds" />
          </mxGeometry>
        </mxCell>
        <mxCell id="PKzOOX5o3Go3YDuORP6i-101" parent="PKzOOX5o3Go3YDuORP6i-91" style="shape=tableRow;horizontal=0;startSize=0;swimlaneHead=0;swimlaneBody=0;fillColor=none;collapsible=0;dropTarget=0;points=[[0,0.5],[1,0.5]];portConstraint=eastwest;top=0;left=0;right=0;bottom=0;" value="" vertex="1">
          <mxGeometry height="30" width="180" y="120" as="geometry" />
        </mxCell>
        <mxCell id="PKzOOX5o3Go3YDuORP6i-102" parent="PKzOOX5o3Go3YDuORP6i-101" style="shape=partialRectangle;connectable=0;fillColor=none;top=0;left=0;bottom=0;right=0;editable=1;overflow=hidden;whiteSpace=wrap;html=1;" value="" vertex="1">
          <mxGeometry height="30" width="30" as="geometry">
            <mxRectangle height="30" width="30" as="alternateBounds" />
          </mxGeometry>
        </mxCell>
        <mxCell id="PKzOOX5o3Go3YDuORP6i-103" parent="PKzOOX5o3Go3YDuORP6i-101" style="shape=partialRectangle;connectable=0;fillColor=none;top=0;left=0;bottom=0;right=0;align=left;spacingLeft=6;overflow=hidden;whiteSpace=wrap;html=1;" value="Notes" vertex="1">
          <mxGeometry height="30" width="150" x="30" as="geometry">
            <mxRectangle height="30" width="150" as="alternateBounds" />
          </mxGeometry>
        </mxCell>
        <mxCell id="PKzOOX5o3Go3YDuORP6i-104" edge="1" parent="1" source="PKzOOX5o3Go3YDuORP6i-58" style="edgeStyle=entityRelationEdgeStyle;fontSize=12;html=1;endArrow=ERoneToMany;startArrow=ERmandOne;rounded=0;entryX=0;entryY=0.5;entryDx=0;entryDy=0;exitX=1;exitY=0.5;exitDx=0;exitDy=0;" target="PKzOOX5o3Go3YDuORP6i-18" value="">
          <mxGeometry height="100" relative="1" width="100" as="geometry">
            <mxPoint x="385" y="620" as="sourcePoint" />
            <mxPoint x="485" y="520" as="targetPoint" />
          </mxGeometry>
        </mxCell>
        <mxCell id="PKzOOX5o3Go3YDuORP6i-105" edge="1" parent="1" source="PKzOOX5o3Go3YDuORP6i-2" style="edgeStyle=entityRelationEdgeStyle;fontSize=12;html=1;endArrow=ERzeroToMany;startArrow=ERmandOne;rounded=0;entryX=0;entryY=0.5;entryDx=0;entryDy=0;exitX=1;exitY=0.5;exitDx=0;exitDy=0;" target="PKzOOX5o3Go3YDuORP6i-39" value="">
          <mxGeometry height="100" relative="1" width="100" as="geometry">
            <mxPoint x="385" y="620" as="sourcePoint" />
            <mxPoint x="485" y="520" as="targetPoint" />
          </mxGeometry>
        </mxCell>
        <mxCell id="PKzOOX5o3Go3YDuORP6i-106" edge="1" parent="1" style="edgeStyle=entityRelationEdgeStyle;fontSize=12;html=1;endArrow=ERzeroToMany;startArrow=ERmandOne;rounded=0;entryX=0;entryY=0.5;entryDx=0;entryDy=0;" target="PKzOOX5o3Go3YDuORP6i-33" value="">
          <mxGeometry height="100" relative="1" width="100" as="geometry">
-             <mxPoint x="205" y="330" as="sourcePoint" />
+             <mxPoint x="220" y="745" as="sourcePoint" />
            <mxPoint x="485" y="520" as="targetPoint" />
          </mxGeometry>
        </mxCell>
-         <mxCell id="PKzOOX5o3Go3YDuORP6i-107" edge="1" parent="1" style="edgeStyle=entityRelationEdgeStyle;fontSize=12;html=1;endArrow=ERzeroToMany;startArrow=ERmandOne;rounded=0;entryX=0;entryY=0.5;entryDx=0;entryDy=0;" target="PKzOOX5o3Go3YDuORP6i-36" value="">
+         <mxCell id="PKzOOX5o3Go3YDuORP6i-107" edge="1" parent="1" source="PKzOOX5o3Go3YDuORP6i-2" style="edgeStyle=entityRelationEdgeStyle;fontSize=12;html=1;endArrow=ERzeroToMany;startArrow=ERmandOne;rounded=0;entryX=0;entryY=0.5;entryDx=0;entryDy=0;exitX=1;exitY=0.5;exitDx=0;exitDy=0;" target="PKzOOX5o3Go3YDuORP6i-36" value="">
          <mxGeometry height="100" relative="1" width="100" as="geometry">
-             <mxPoint x="205" y="340" as="sourcePoint" />
+             <mxPoint x="220" y="750" as="sourcePoint" />
            <mxPoint x="485" y="520" as="targetPoint" />
          </mxGeometry>
        </mxCell>
        <mxCell id="PKzOOX5o3Go3YDuORP6i-108" edge="1" parent="1" source="PKzOOX5o3Go3YDuORP6i-92" style="edgeStyle=entityRelationEdgeStyle;fontSize=12;html=1;endArrow=ERzeroToMany;startArrow=ERmandOne;rounded=0;entryX=1;entryY=0.5;entryDx=0;entryDy=0;exitX=0;exitY=0.5;exitDx=0;exitDy=0;" target="PKzOOX5o3Go3YDuORP6i-21" value="">
          <mxGeometry height="100" relative="1" width="100" as="geometry">
            <mxPoint x="385" y="620" as="sourcePoint" />
            <mxPoint x="485" y="520" as="targetPoint" />
          </mxGeometry>
        </mxCell>
        <mxCell id="PKzOOX5o3Go3YDuORP6i-109" parent="1" style="shape=table;startSize=30;container=1;collapsible=1;childLayout=tableLayout;fixedRows=1;rowLines=0;fontStyle=1;align=center;resizeLast=1;html=1;" value="AllowedEmails" vertex="1">
          <mxGeometry height="120" width="180" x="635" y="500" as="geometry" />
        </mxCell>
        <mxCell id="PKzOOX5o3Go3YDuORP6i-110" parent="PKzOOX5o3Go3YDuORP6i-109" style="shape=tableRow;horizontal=0;startSize=0;swimlaneHead=0;swimlaneBody=0;fillColor=none;collapsible=0;dropTarget=0;points=[[0,0.5],[1,0.5]];portConstraint=eastwest;top=0;left=0;right=0;bottom=1;" value="" vertex="1">
          <mxGeometry height="30" width="180" y="30" as="geometry" />
        </mxCell>
        <mxCell id="PKzOOX5o3Go3YDuORP6i-111" parent="PKzOOX5o3Go3YDuORP6i-110" style="shape=partialRectangle;connectable=0;fillColor=none;top=0;left=0;bottom=0;right=0;fontStyle=1;overflow=hidden;whiteSpace=wrap;html=1;" value="PK" vertex="1">
          <mxGeometry height="30" width="30" as="geometry">
            <mxRectangle height="30" width="30" as="alternateBounds" />
          </mxGeometry>
        </mxCell>
        <mxCell id="PKzOOX5o3Go3YDuORP6i-112" parent="PKzOOX5o3Go3YDuORP6i-110" style="shape=partialRectangle;connectable=0;fillColor=none;top=0;left=0;bottom=0;right=0;align=left;spacingLeft=6;fontStyle=5;overflow=hidden;whiteSpace=wrap;html=1;" value="AllowedEmailId" vertex="1">
          <mxGeometry height="30" width="150" x="30" as="geometry">
            <mxRectangle height="30" width="150" as="alternateBounds" />
          </mxGeometry>
        </mxCell>
        <mxCell id="PKzOOX5o3Go3YDuORP6i-113" parent="PKzOOX5o3Go3YDuORP6i-109" style="shape=tableRow;horizontal=0;startSize=0;swimlaneHead=0;swimlaneBody=0;fillColor=none;collapsible=0;dropTarget=0;points=[[0,0.5],[1,0.5]];portConstraint=eastwest;top=0;left=0;right=0;bottom=0;" value="" vertex="1">
          <mxGeometry height="30" width="180" y="60" as="geometry" />
        </mxCell>
        <mxCell id="PKzOOX5o3Go3YDuORP6i-114" parent="PKzOOX5o3Go3YDuORP6i-113" style="shape=partialRectangle;connectable=0;fillColor=none;top=0;left=0;bottom=0;right=0;editable=1;overflow=hidden;whiteSpace=wrap;html=1;" value="" vertex="1">
          <mxGeometry height="30" width="30" as="geometry">
            <mxRectangle height="30" width="30" as="alternateBounds" />
          </mxGeometry>
        </mxCell>
        <mxCell id="PKzOOX5o3Go3YDuORP6i-115" parent="PKzOOX5o3Go3YDuORP6i-113" style="shape=partialRectangle;connectable=0;fillColor=none;top=0;left=0;bottom=0;right=0;align=left;spacingLeft=6;overflow=hidden;whiteSpace=wrap;html=1;" value="Email" vertex="1">
          <mxGeometry height="30" width="150" x="30" as="geometry">
            <mxRectangle height="30" width="150" as="alternateBounds" />
          </mxGeometry>
        </mxCell>
        <mxCell id="PKzOOX5o3Go3YDuORP6i-133" parent="PKzOOX5o3Go3YDuORP6i-109" style="shape=tableRow;horizontal=0;startSize=0;swimlaneHead=0;swimlaneBody=0;fillColor=none;collapsible=0;dropTarget=0;points=[[0,0.5],[1,0.5]];portConstraint=eastwest;top=0;left=0;right=0;bottom=0;" vertex="1">
          <mxGeometry height="30" width="180" y="90" as="geometry" />
        </mxCell>
        <mxCell id="PKzOOX5o3Go3YDuORP6i-134" parent="PKzOOX5o3Go3YDuORP6i-133" style="shape=partialRectangle;connectable=0;fillColor=none;top=0;left=0;bottom=0;right=0;editable=1;overflow=hidden;whiteSpace=wrap;html=1;" vertex="1">
          <mxGeometry height="30" width="30" as="geometry">
            <mxRectangle height="30" width="30" as="alternateBounds" />
          </mxGeometry>
        </mxCell>
        <mxCell id="PKzOOX5o3Go3YDuORP6i-135" parent="PKzOOX5o3Go3YDuORP6i-133" style="shape=partialRectangle;connectable=0;fillColor=none;top=0;left=0;bottom=0;right=0;align=left;spacingLeft=6;overflow=hidden;whiteSpace=wrap;html=1;" value="CreatedAt" vertex="1">
          <mxGeometry height="30" width="150" x="30" as="geometry">
            <mxRectangle height="30" width="150" as="alternateBounds" />
          </mxGeometry>
        </mxCell>
        <mxCell id="PKzOOX5o3Go3YDuORP6i-122" parent="1" style="swimlane;fontStyle=0;childLayout=stackLayout;horizontal=1;startSize=26;horizontalStack=0;resizeParent=1;resizeParentMax=0;resizeLast=0;collapsible=1;marginBottom=0;align=center;fontSize=14;" value="BookingStatus (enum)" vertex="1">
          <mxGeometry height="206" width="160" x="645" y="670" as="geometry" />
        </mxCell>
        <mxCell id="PKzOOX5o3Go3YDuORP6i-123" parent="PKzOOX5o3Go3YDuORP6i-122" style="text;strokeColor=none;fillColor=none;spacingLeft=4;spacingRight=4;overflow=hidden;rotatable=0;points=[[0,0.5],[1,0.5]];portConstraint=eastwest;fontSize=12;whiteSpace=wrap;html=1;" value="Booked" vertex="1">
          <mxGeometry height="30" width="160" y="26" as="geometry" />
        </mxCell>
        <mxCell id="PKzOOX5o3Go3YDuORP6i-124" parent="PKzOOX5o3Go3YDuORP6i-122" style="text;strokeColor=none;fillColor=none;spacingLeft=4;spacingRight=4;overflow=hidden;rotatable=0;points=[[0,0.5],[1,0.5]];portConstraint=eastwest;fontSize=12;whiteSpace=wrap;html=1;" value="CheckedIn" vertex="1">
          <mxGeometry height="30" width="160" y="56" as="geometry" />
        </mxCell>
        <mxCell id="PKzOOX5o3Go3YDuORP6i-125" parent="PKzOOX5o3Go3YDuORP6i-122" style="text;strokeColor=none;fillColor=none;spacingLeft=4;spacingRight=4;overflow=hidden;rotatable=0;points=[[0,0.5],[1,0.5]];portConstraint=eastwest;fontSize=12;whiteSpace=wrap;html=1;" value="CheckedOut" vertex="1">
          <mxGeometry height="30" width="160" y="86" as="geometry" />
        </mxCell>
        <mxCell id="PKzOOX5o3Go3YDuORP6i-132" parent="PKzOOX5o3Go3YDuORP6i-122" style="text;strokeColor=none;fillColor=none;spacingLeft=4;spacingRight=4;overflow=hidden;rotatable=0;points=[[0,0.5],[1,0.5]];portConstraint=eastwest;fontSize=12;whiteSpace=wrap;html=1;" value="Canceled" vertex="1">
          <mxGeometry height="30" width="160" y="116" as="geometry" />
        </mxCell>
        <mxCell id="PKzOOX5o3Go3YDuORP6i-131" parent="PKzOOX5o3Go3YDuORP6i-122" style="text;strokeColor=none;fillColor=none;spacingLeft=4;spacingRight=4;overflow=hidden;rotatable=0;points=[[0,0.5],[1,0.5]];portConstraint=eastwest;fontSize=12;whiteSpace=wrap;html=1;" value="NoShow" vertex="1">
          <mxGeometry height="30" width="160" y="146" as="geometry" />
        </mxCell>
        <mxCell id="PKzOOX5o3Go3YDuORP6i-130" parent="PKzOOX5o3Go3YDuORP6i-122" style="text;strokeColor=none;fillColor=none;spacingLeft=4;spacingRight=4;overflow=hidden;rotatable=0;points=[[0,0.5],[1,0.5]];portConstraint=eastwest;fontSize=12;whiteSpace=wrap;html=1;" value="Blocked" vertex="1">
          <mxGeometry height="30" width="160" y="176" as="geometry" />
        </mxCell>
      </root>
    </mxGraphModel>
  </diagram>
</mxfile>
